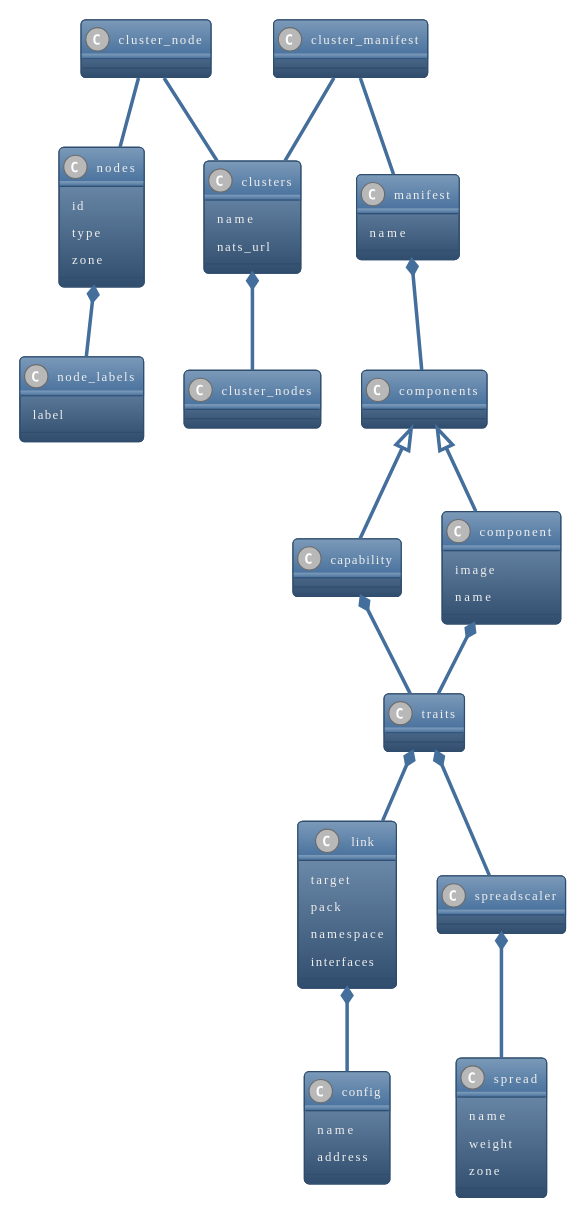
The PlantUML diagram togusa05/images/database.svg in gandalf-the-white/togusa, before a commit.
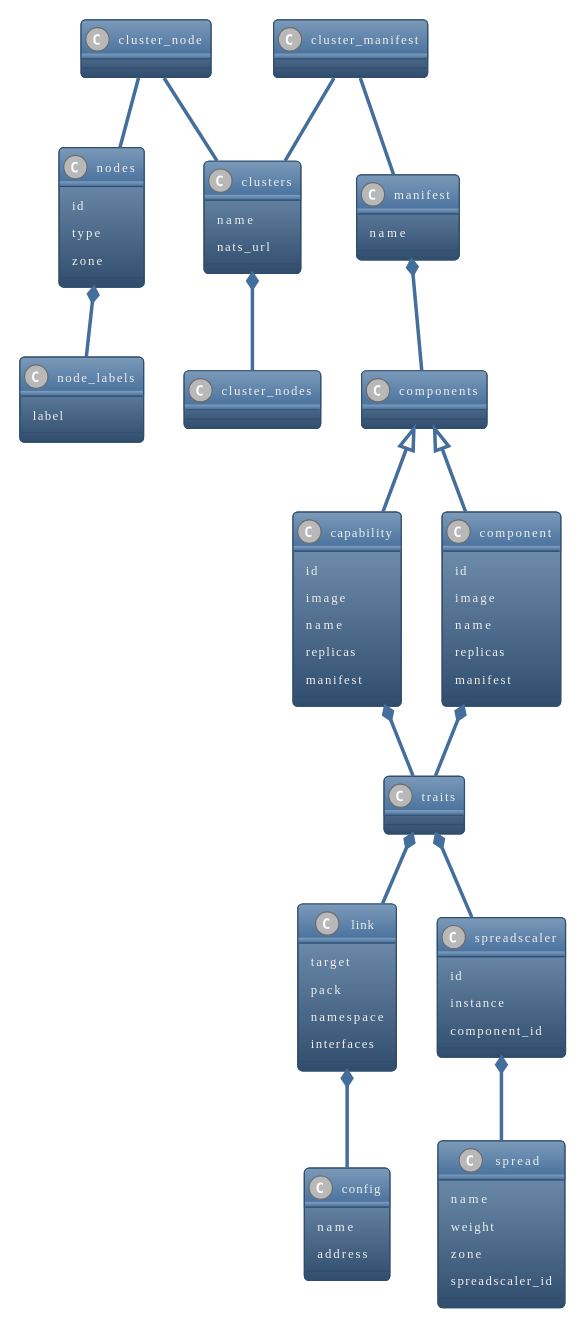
After the change.

What changed in the source:
```diff
@@ -17,11 +17,23 @@
 cluster_manifest -- manifest
 cluster_manifest -- clusters
 manifest : name
+component : id
 component : image
 component : name
+component : replicas
+component : manifest
+capability : id
+capability : image
+capability : name
+capability : replicas
+capability : manifest
+spreadscaler : id
+spreadscaler : instance
+spreadscaler : component_id
 spread : name
 spread : weight
 spread : zone
+spread : spreadscaler_id
 link : target
 link : pack
 link : namespace
```
